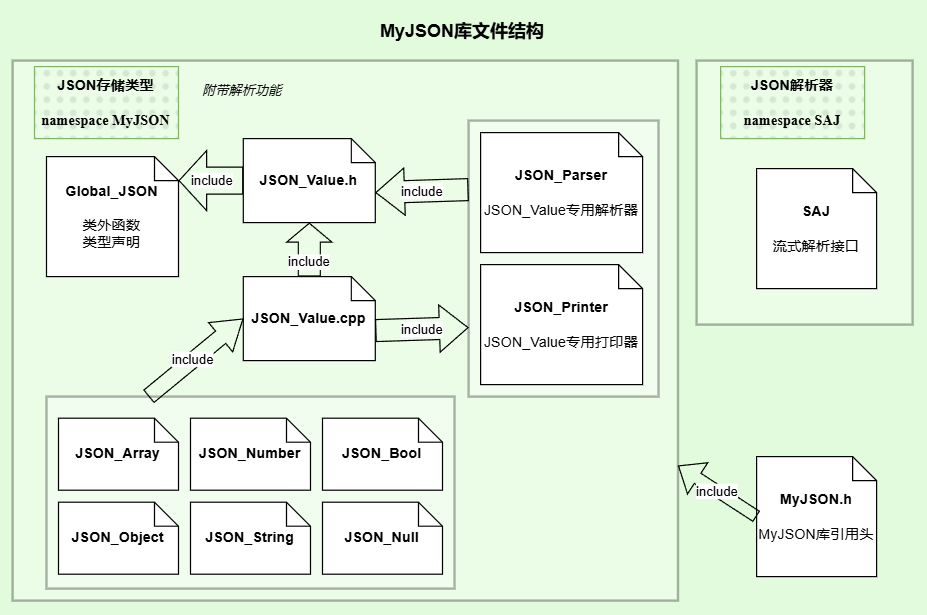
The draw.io diagram doc/pic_src/files.png in Tankckr/JSON_analyser, before a commit. Source tidied: cells renumbered, new cells last; positions are measured from the earlier drawing's top-left corner, leaving out a move shared by most shapes.
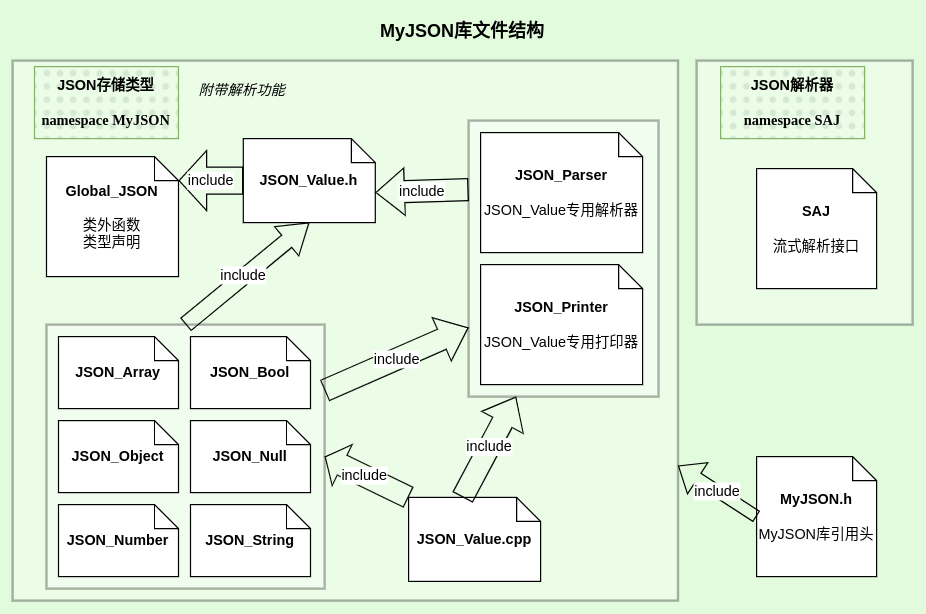
Later version of the same file.

The edit, as a diff of the source:
```diff
@@ -15,34 +15,34 @@
       <mxGeometry x="580" y="50" width="180" height="220" as="geometry" />
     </mxCell>
     <mxCell id="6" style="rounded=0;whiteSpace=wrap;html=1;opacity=30;strokeWidth=2;" parent="1" vertex="1">
-      <mxGeometry x="38.2" y="330" width="340" height="160" as="geometry" />
+      <mxGeometry x="38.2" y="270" width="231.8" height="220" as="geometry" />
     </mxCell>
     <mxCell id="7" value="&lt;b&gt;Global_JSON&lt;/b&gt;&lt;div&gt;&lt;br&gt;&lt;/div&gt;&lt;div&gt;类外函数&lt;/div&gt;&lt;div&gt;类型声明&lt;/div&gt;" style="shape=note;size=20;whiteSpace=wrap;html=1;" parent="1" vertex="1">
       <mxGeometry x="38.2" y="130" width="110" height="100" as="geometry" />
     </mxCell>
     <mxCell id="8" value="JSON_Value.cpp" style="shape=note;size=20;whiteSpace=wrap;html=1;fontStyle=1;" parent="1" vertex="1">
-      <mxGeometry x="202.2" y="230" width="110" height="70" as="geometry" />
+      <mxGeometry x="340" y="414" width="110" height="70" as="geometry" />
     </mxCell>
     <mxCell id="9" value="JSON_Object" style="shape=note;size=20;whiteSpace=wrap;html=1;fontStyle=1;" parent="1" vertex="1">
-      <mxGeometry x="48.2" y="418" width="100" height="60" as="geometry" />
+      <mxGeometry x="48.2" y="350" width="100" height="60" as="geometry" />
     </mxCell>
     <mxCell id="10" value="JSON_Printer&lt;div&gt;&lt;br&gt;&lt;/div&gt;&lt;div&gt;&lt;span style=&quot;font-weight: 400;&quot;&gt;JSON_Value&lt;/span&gt;&lt;span style=&quot;font-weight: 400;&quot;&gt;专用打印器&lt;/span&gt;&lt;br&gt;&lt;/div&gt;" style="shape=note;size=20;whiteSpace=wrap;html=1;fontStyle=1;" parent="1" vertex="1">
       <mxGeometry x="400" y="220" width="135" height="100" as="geometry" />
     </mxCell>
     <mxCell id="11" value="JSON_String" style="shape=note;size=20;whiteSpace=wrap;html=1;fontStyle=1;" parent="1" vertex="1">
-      <mxGeometry x="158.2" y="418" width="100" height="60" as="geometry" />
+      <mxGeometry x="158.2" y="420" width="100" height="60" as="geometry" />
     </mxCell>
     <mxCell id="12" value="JSON_Array" style="shape=note;size=20;whiteSpace=wrap;html=1;fontStyle=1;" parent="1" vertex="1">
-      <mxGeometry x="48.2" y="348" width="100" height="60" as="geometry" />
+      <mxGeometry x="48.2" y="280" width="100" height="60" as="geometry" />
     </mxCell>
     <mxCell id="13" value="JSON_Null" style="shape=note;size=20;whiteSpace=wrap;html=1;fontStyle=1;" parent="1" vertex="1">
-      <mxGeometry x="268.2" y="418" width="100" height="60" as="geometry" />
+      <mxGeometry x="158.2" y="350" width="100" height="60" as="geometry" />
     </mxCell>
     <mxCell id="14" value="JSON_Bool" style="shape=note;size=20;whiteSpace=wrap;html=1;fontStyle=1;" parent="1" vertex="1">
-      <mxGeometry x="268.2" y="348" width="100" height="60" as="geometry" />
+      <mxGeometry x="158.2" y="280" width="100" height="60" as="geometry" />
     </mxCell>
     <mxCell id="15" value="JSON_Number" style="shape=note;size=20;whiteSpace=wrap;html=1;fontStyle=1;" parent="1" vertex="1">
-      <mxGeometry x="158.2" y="348" width="100" height="60" as="geometry" />
+      <mxGeometry x="48.2" y="420" width="100" height="60" as="geometry" />
     </mxCell>
     <mxCell id="16" value="SAJ&lt;div&gt;&lt;br&gt;&lt;/div&gt;&lt;div&gt;&lt;span style=&quot;font-weight: normal;&quot;&gt;流式解析接口&lt;/span&gt;&lt;/div&gt;" style="shape=note;size=20;whiteSpace=wrap;html=1;fontStyle=1;" parent="1" vertex="1">
       <mxGeometry x="630" y="140" width="100" height="100" as="geometry" />
@@ -53,7 +53,7 @@
     <mxCell id="18" value="include" style="rounded=0;jettySize=auto;html=1;exitX=0;exitY=0.5;exitDx=0;exitDy=0;shape=flexArrow;strokeWidth=1;entryX=0;entryY=0;entryDx=110;entryDy=20;entryPerimeter=0;endWidth=26.52777777777778;endSize=7.308333333333334;width=22.5;exitPerimeter=0;" parent="1" edge="1" source="27" target="7">
       <mxGeometry relative="1" as="geometry" />
     </mxCell>
-    <mxCell id="19" value="include" style="rounded=0;jettySize=auto;html=1;exitX=0.25;exitY=0;exitDx=0;exitDy=0;shape=flexArrow;strokeWidth=1;entryX=0;entryY=0.5;entryDx=0;entryDy=0;width=13.333333333333334;endSize=7.65;entryPerimeter=0;endWidth=17.22222222222222;" parent="1" edge="1" source="6" target="8">
+    <mxCell id="19" value="include" style="rounded=0;jettySize=auto;html=1;exitX=0.5;exitY=0;exitDx=0;exitDy=0;shape=flexArrow;strokeWidth=1;entryX=0.5;entryY=1;entryDx=0;entryDy=0;width=13.333333333333334;endSize=7.65;entryPerimeter=0;endWidth=17.22222222222222;" parent="1" edge="1" source="6" target="27">
       <mxGeometry x="-0.06" y="1" relative="1" as="geometry" />
     </mxCell>
     <mxCell id="20" value="MyJSON库文件结构" style="text;strokeColor=none;align=center;fillColor=none;html=1;verticalAlign=middle;whiteSpace=wrap;rounded=0;fontSize=15;fontStyle=1;" parent="1" vertex="1">
@@ -74,17 +74,20 @@
     <mxCell id="25" value="JSON_Parser&lt;div&gt;&lt;br&gt;&lt;/div&gt;&lt;div&gt;&lt;span style=&quot;font-weight: normal;&quot;&gt;JSON_Value专用解析器&lt;/span&gt;&lt;/div&gt;" style="shape=note;size=20;whiteSpace=wrap;html=1;fontStyle=1;" parent="1" vertex="1">
       <mxGeometry x="400" y="110" width="135" height="100" as="geometry" />
     </mxCell>
-    <mxCell id="26" value="include" style="rounded=0;jettySize=auto;html=1;exitX=0;exitY=0;exitDx=110;exitDy=45;shape=flexArrow;strokeWidth=1;entryX=0;entryY=0.75;entryDx=0;entryDy=0;exitPerimeter=0;width=18.333333333333336;endSize=7.608333333333334;" parent="1" edge="1" source="8" target="4">
+    <mxCell id="26" value="include" style="rounded=0;jettySize=auto;html=1;exitX=1;exitY=0.25;exitDx=0;exitDy=0;shape=flexArrow;strokeWidth=1;entryX=0;entryY=0.75;entryDx=0;entryDy=0;width=18.333333333333336;endSize=7.608333333333334;" parent="1" edge="1" source="6" target="4">
       <mxGeometry relative="1" as="geometry" />
     </mxCell>
     <mxCell id="27" value="JSON_Value.h" style="shape=note;size=20;whiteSpace=wrap;html=1;fontStyle=1;" parent="1" vertex="1">
       <mxGeometry x="202.2" y="115" width="110" height="70" as="geometry" />
     </mxCell>
-    <mxCell id="28" value="include" style="rounded=0;jettySize=auto;html=1;exitX=0.5;exitY=0;exitDx=0;exitDy=0;shape=flexArrow;strokeWidth=1;entryX=0.5;entryY=1;entryDx=0;entryDy=0;width=18.333333333333336;endSize=4.916666666666667;entryPerimeter=0;endWidth=18.333333333333336;exitPerimeter=0;" parent="1" edge="1" source="8" target="27">
-      <mxGeometry x="-0.5" relative="1" as="geometry" />
+    <mxCell id="28" value="include" style="rounded=0;jettySize=auto;html=1;exitX=0;exitY=0;exitDx=0;exitDy=0;shape=flexArrow;strokeWidth=1;entryX=1;entryY=0.5;entryDx=0;entryDy=0;width=18.333333333333336;endSize=4.916666666666667;endWidth=18.333333333333336;exitPerimeter=0;" parent="1" edge="1" source="8" target="6">
+      <mxGeometry x="0.06" relative="1" as="geometry" />
     </mxCell>
     <mxCell id="29" value="include" style="rounded=0;jettySize=auto;html=1;exitX=0;exitY=0.25;exitDx=0;exitDy=0;shape=flexArrow;strokeWidth=1;entryX=0;entryY=0;entryDx=110;entryDy=45;width=18.333333333333336;endSize=7.608333333333334;entryPerimeter=0;" parent="1" edge="1" source="4" target="27">
       <mxGeometry relative="1" as="geometry" />
     </mxCell>
+    <mxCell id="30" value="include" style="rounded=0;jettySize=auto;html=1;exitX=0;exitY=0;exitDx=45;exitDy=0;shape=flexArrow;strokeWidth=1;entryX=0.25;entryY=1;entryDx=0;entryDy=0;width=18.333333333333336;endSize=7.608333333333334;exitPerimeter=0;" parent="1" edge="1" source="8" target="4">
+      <mxGeometry relative="1" as="geometry" />
+    </mxCell>
   </root>
 </mxGraphModel>
```
